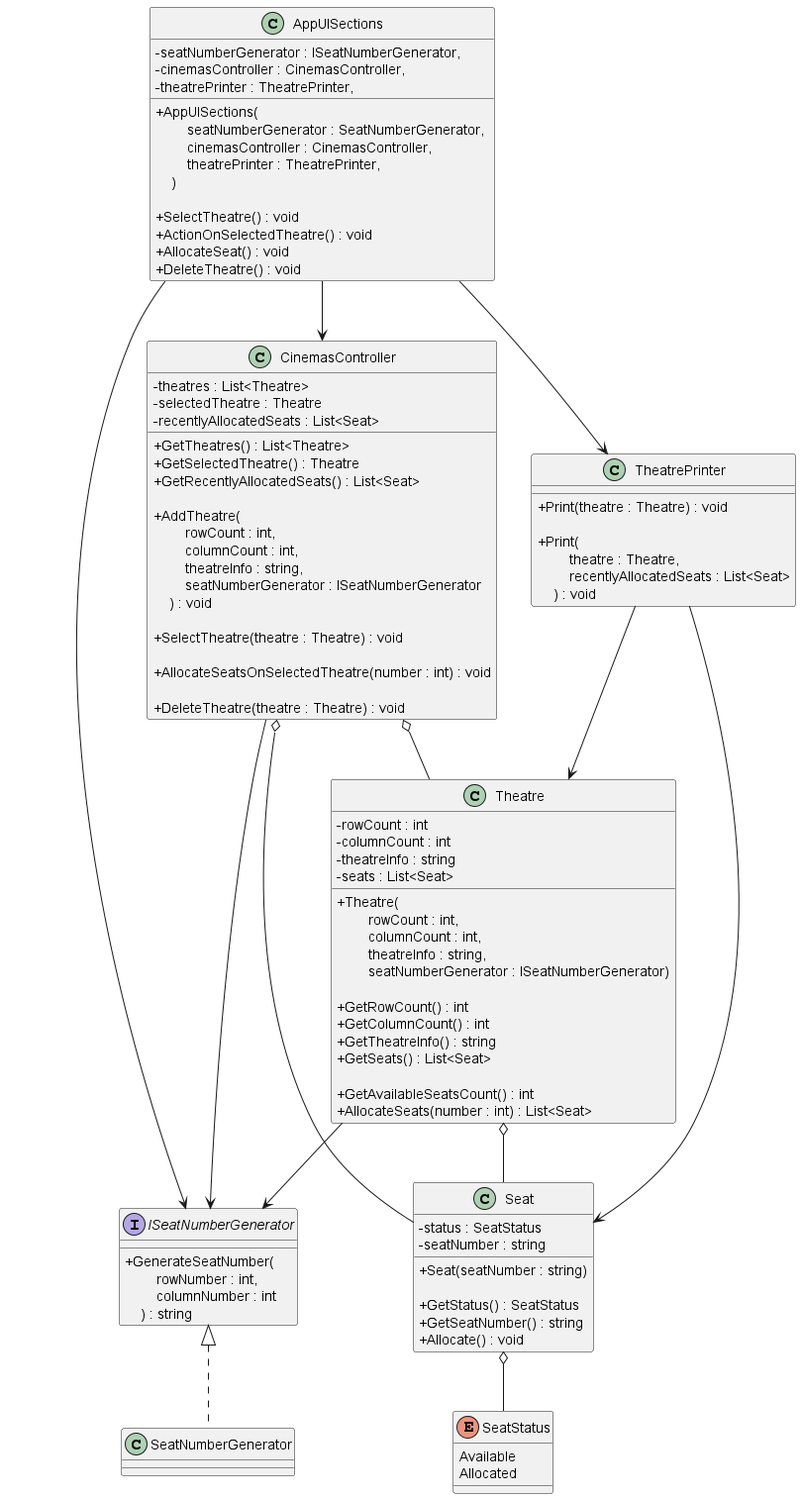
iamfranco/CinnamonCinemasChallenge keeps this PlantUML diagram as diagrams/cinnamon cinemas.png. Above is the earlier version.
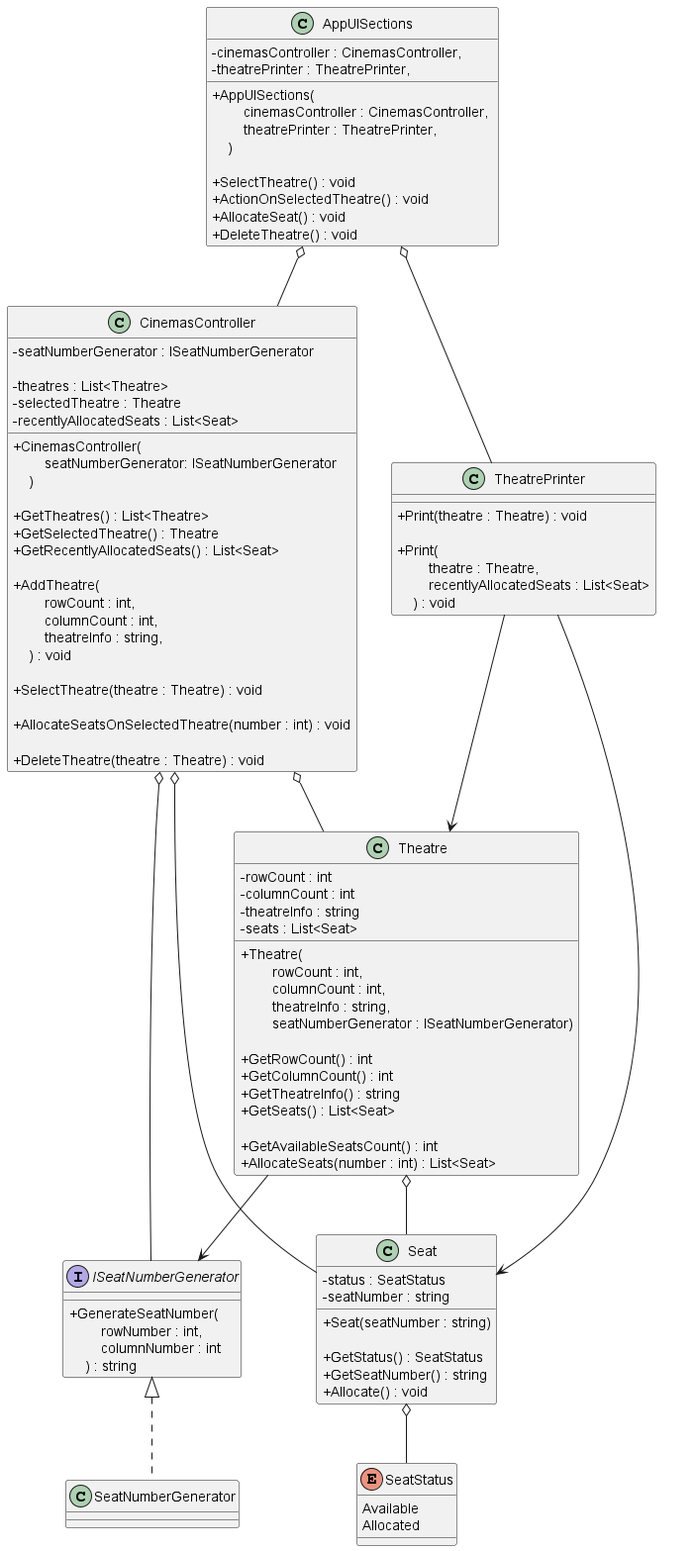
The same file after the commit.

Commit message:
UML: move ISeatNumberGenerator dependency from AppUISections to constructor of CinemasController

What changed in the source:
```diff
@@ -2,11 +2,10 @@
 skinparam ClassAttributeIconSize 0
 
 class AppUISections {
-    - seatNumberGenerator : ISeatNumberGenerator,
     - cinemasController : CinemasController,
     - theatrePrinter : TheatrePrinter,
 
-    + AppUISections( \n        seatNumberGenerator : SeatNumberGenerator, \n        cinemasController : CinemasController, \n        theatrePrinter : TheatrePrinter, \n    )
+    + AppUISections( \n        cinemasController : CinemasController, \n        theatrePrinter : TheatrePrinter, \n    )
 
     + SelectTheatre() : void
     + ActionOnSelectedTheatre() : void
@@ -28,15 +27,19 @@
 }
 
 class CinemasController {
+    - seatNumberGenerator : ISeatNumberGenerator
+
     - theatres : List<Theatre>
     - selectedTheatre : Theatre
     - recentlyAllocatedSeats : List<Seat>
+
+    + CinemasController(\n        seatNumberGenerator: ISeatNumberGenerator\n    )
 
     + GetTheatres() : List<Theatre>
     + GetSelectedTheatre() : Theatre
     + GetRecentlyAllocatedSeats() : List<Seat>
 
-    + AddTheatre(\n        rowCount : int, \n        columnCount : int, \n        theatreInfo : string, \n        seatNumberGenerator : ISeatNumberGenerator\n    ) : void
+    + AddTheatre(\n        rowCount : int, \n        columnCount : int, \n        theatreInfo : string, \n    ) : void
 
     + SelectTheatre(theatre : Theatre) : void
 
@@ -78,13 +81,12 @@
     Allocated
 }
 
-AppUISections --> ISeatNumberGenerator
-AppUISections --> CinemasController
-AppUISections --> TheatrePrinter
+AppUISections o-- CinemasController
+AppUISections o-- TheatrePrinter
 
 CinemasController o-- Theatre
 CinemasController o--- Seat
-CinemasController --> ISeatNumberGenerator
+CinemasController o-- ISeatNumberGenerator
 
 TheatrePrinter --> Theatre
 TheatrePrinter ---> Seat
```
